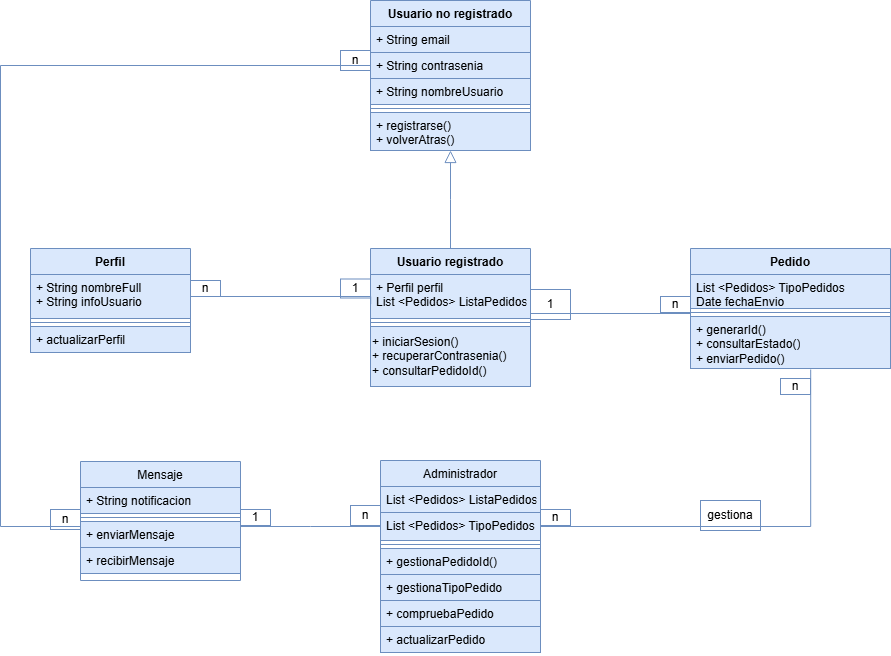
Santyew/RecordVideoGG keeps this draw.io diagram as images/diagramas/Diagrama de clases.drawio.png. Above is the earlier version. Source tidied: cells renumbered, new cells last; positions are measured from the earlier drawing's top-left corner, leaving out a move shared by most shapes.
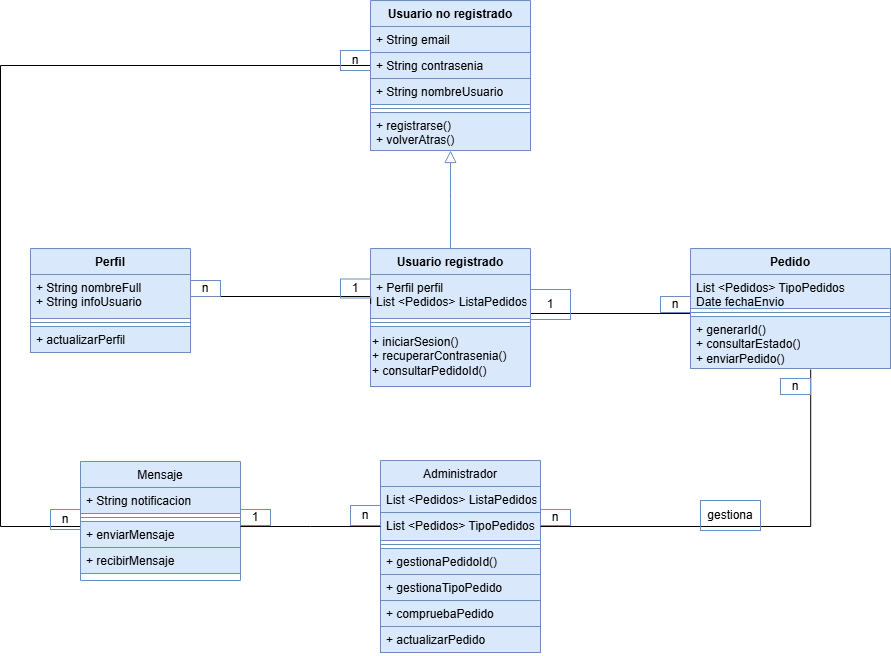
Above is the later version.

Commit message:
Se agrega Diagrama de clases #7.drawio.png

Change to the diagram source:
```diff
@@ -71,7 +71,7 @@
     <mxCell id="24" value="+ actualizarPerfil" style="text;strokeColor=#6c8ebf;fillColor=#dae8fc;align=left;verticalAlign=top;spacingLeft=4;spacingRight=4;overflow=hidden;whiteSpace=wrap;html=1;" parent="21" vertex="1">
       <mxGeometry y="78" width="160" height="26" as="geometry" />
     </mxCell>
-    <mxCell id="25" style="edgeStyle=orthogonalEdgeStyle;rounded=0;jettySize=auto;html=1;entryX=1;entryY=0.5;entryDx=0;entryDy=0;endArrow=none;startFill=0;fillColor=#dae8fc;strokeColor=#6c8ebf;" parent="1" edge="1" source="26" target="17">
+    <mxCell id="25" style="edgeStyle=orthogonalEdgeStyle;rounded=0;jettySize=auto;html=1;entryX=1;entryY=0.5;entryDx=0;entryDy=0;endArrow=none;startFill=0;fillColor=#dae8fc;strokeColor=#000000;" parent="1" edge="1" source="26" target="17">
       <mxGeometry relative="1" as="geometry">
         <Array as="points">
           <mxPoint x="530" y="313" />
@@ -90,7 +90,7 @@
     <mxCell id="29" value="+ generarId()&lt;div&gt;+ consultarEstado()&lt;/div&gt;&lt;div&gt;+&amp;nbsp;&lt;span style=&quot;background-color: transparent; color: light-dark(rgb(0, 0, 0), rgb(255, 255, 255));&quot;&gt;enviarPedido()&lt;/span&gt;&lt;/div&gt;" style="text;strokeColor=#6c8ebf;fillColor=#dae8fc;align=left;verticalAlign=top;spacingLeft=4;spacingRight=4;overflow=hidden;points=[[0,0.5],[1,0.5]];portConstraint=eastwest;whiteSpace=wrap;html=1;" parent="26" vertex="1">
       <mxGeometry y="68" width="200" height="52" as="geometry" />
     </mxCell>
-    <mxCell id="30" style="edgeStyle=orthogonalEdgeStyle;rounded=0;jettySize=auto;html=1;entryX=0.001;entryY=0.673;entryDx=0;entryDy=0;entryPerimeter=0;endArrow=none;startFill=0;fillColor=#dae8fc;strokeColor=#6c8ebf;" parent="1" edge="1" source="22" target="17">
+    <mxCell id="30" style="edgeStyle=orthogonalEdgeStyle;rounded=0;jettySize=auto;html=1;entryX=0.001;entryY=0.673;entryDx=0;entryDy=0;entryPerimeter=0;endArrow=none;startFill=0;fillColor=#dae8fc;strokeColor=#000000;" parent="1" edge="1" source="22" target="17">
       <mxGeometry relative="1" as="geometry">
         <Array as="points">
           <mxPoint x="370" y="296" />
@@ -124,7 +124,7 @@
     <mxCell id="39" value="+ recibirMensaje" style="text;align=left;verticalAlign=top;spacingLeft=4;spacingRight=4;overflow=hidden;fillColor=#dae8fc;strokeColor=#6c8ebf;" parent="35" vertex="1">
       <mxGeometry y="86" width="160" height="26" as="geometry" />
     </mxCell>
-    <mxCell id="40" style="edgeStyle=orthogonalEdgeStyle;rounded=0;jettySize=auto;html=1;entryX=0.601;entryY=1.019;entryDx=0;entryDy=0;entryPerimeter=0;endArrow=none;startFill=0;fillColor=#dae8fc;strokeColor=#6c8ebf;" parent="1" edge="1" source="10" target="29">
+    <mxCell id="40" style="edgeStyle=orthogonalEdgeStyle;rounded=0;jettySize=auto;html=1;entryX=0.601;entryY=1.019;entryDx=0;entryDy=0;entryPerimeter=0;endArrow=none;startFill=0;fillColor=#dae8fc;strokeColor=#000000;" parent="1" edge="1" source="10" target="29">
       <mxGeometry relative="1" as="geometry" />
     </mxCell>
     <mxCell id="41" value="n" style="text;html=1;align=center;verticalAlign=middle;whiteSpace=wrap;rounded=0;fillColor=none;strokeColor=#6c8ebf;" parent="1" vertex="1">
@@ -133,7 +133,7 @@
     <mxCell id="42" value="n" style="text;html=1;align=center;verticalAlign=middle;whiteSpace=wrap;rounded=0;fillColor=none;strokeColor=#6c8ebf;" parent="1" vertex="1">
       <mxGeometry x="350" y="505" width="30" height="20" as="geometry" />
     </mxCell>
-    <mxCell id="43" style="edgeStyle=orthogonalEdgeStyle;rounded=0;jettySize=auto;html=1;entryX=1;entryY=0.5;entryDx=0;entryDy=0;endArrow=none;startFill=0;fillColor=#dae8fc;strokeColor=#6c8ebf;" parent="1" edge="1" source="10">
+    <mxCell id="43" style="edgeStyle=orthogonalEdgeStyle;rounded=0;jettySize=auto;html=1;entryX=1;entryY=0.5;entryDx=0;entryDy=0;endArrow=none;startFill=0;fillColor=#dae8fc;strokeColor=#000000;" parent="1" edge="1" source="10">
       <mxGeometry relative="1" as="geometry">
         <mxPoint x="240" y="526" as="targetPoint" />
       </mxGeometry>
@@ -144,7 +144,7 @@
     <mxCell id="45" value="n" style="text;html=1;align=center;verticalAlign=middle;whiteSpace=wrap;rounded=0;fillColor=none;strokeColor=#6c8ebf;" parent="1" vertex="1">
       <mxGeometry x="540" y="509" width="30" height="16" as="geometry" />
     </mxCell>
-    <mxCell id="46" style="edgeStyle=orthogonalEdgeStyle;rounded=0;jettySize=auto;html=1;entryX=0;entryY=0.5;entryDx=0;entryDy=0;endArrow=none;startFill=0;fillColor=#dae8fc;strokeColor=#6c8ebf;" parent="1" edge="1" target="4">
+    <mxCell id="46" style="edgeStyle=orthogonalEdgeStyle;rounded=0;jettySize=auto;html=1;entryX=0;entryY=0.5;entryDx=0;entryDy=0;endArrow=none;startFill=0;fillColor=#dae8fc;strokeColor=#000000;" parent="1" edge="1" target="4">
       <mxGeometry relative="1" as="geometry">
         <mxPoint x="80" y="526" as="sourcePoint" />
         <Array as="points">
```
